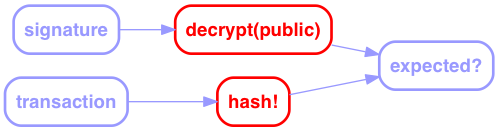
The Graphviz diagram img/transactions-3.png in bluegraybox/BTCSplain, before a commit. Its source is kept beside it as img/transactions-3.gv. The source it was exported from:
```dot
digraph G {
    rankdir=LR;
    graph [
        K=1.0,
        overlap=false,
        splines = spline,
    ];
    node [
        shape=box
        style="rounded,bold"
        color="#9999ff",
        fontcolor="#9999ff",
        fontname="Helvetica-bold",
    ];
    edge [
        # arrowsize=2,
        color="#9999ff",
    ];
    "hash!" [color=red, fontcolor=red]
    "decrypt(public)" [color=red, fontcolor=red]

    transaction -> "hash!"
    "hash!" -> "expected?"

    signature -> "decrypt(public)"
    "decrypt(public)" -> "expected?"
}
```
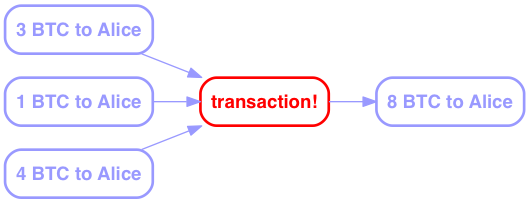
The same file after the commit.

Change to the diagram source:
```diff
@@ -16,12 +16,11 @@
         # arrowsize=2,
         color="#9999ff",
     ];
-    "hash!" [color=red, fontcolor=red]
-    "decrypt(public)" [color=red, fontcolor=red]
+    "transaction!" [color=red, fontcolor=red]
 
-    transaction -> "hash!"
-    "hash!" -> "expected?"
+    "3 BTC to Alice" -> "transaction!"
+    "1 BTC to Alice" -> "transaction!"
+    "4 BTC to Alice" -> "transaction!"
 
-    signature -> "decrypt(public)"
-    "decrypt(public)" -> "expected?"
+    "transaction!" -> "8 BTC to Alice"
 }
```
